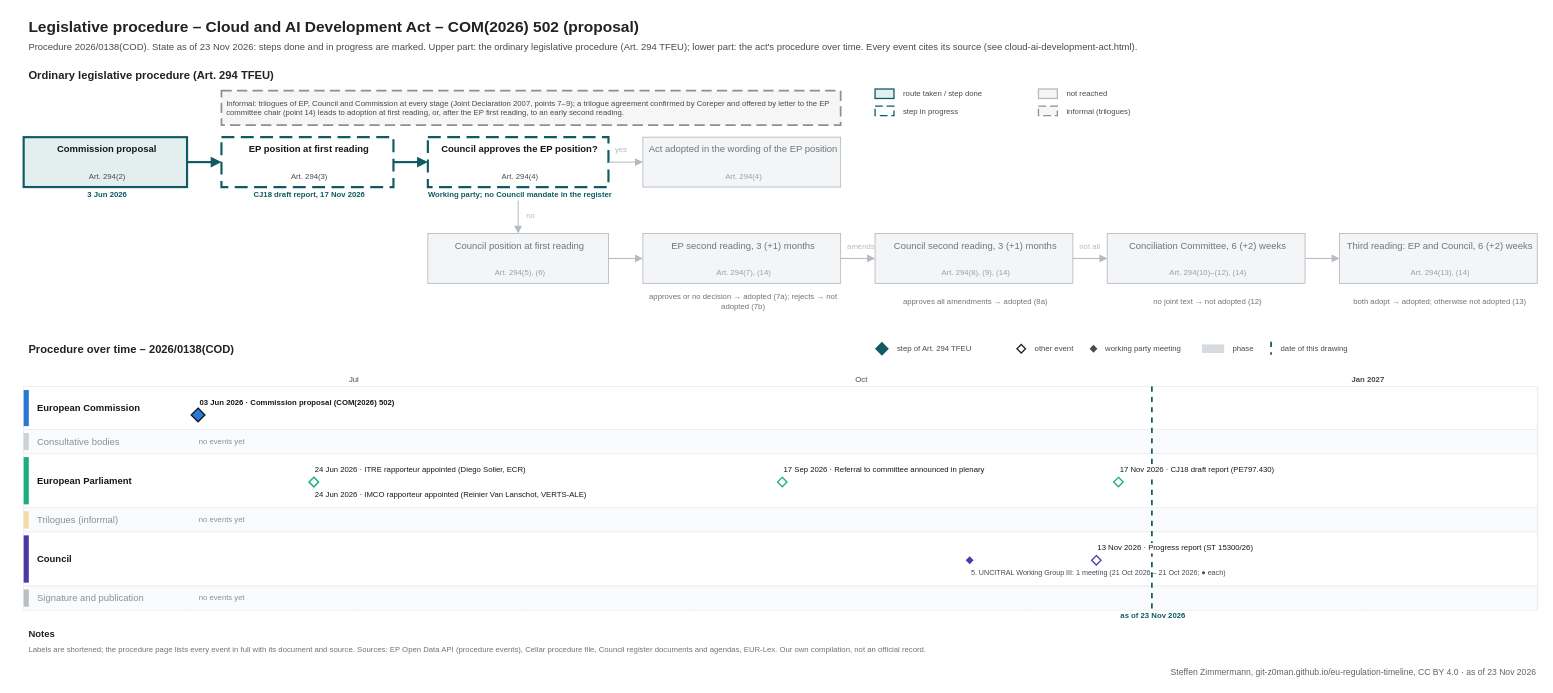
git-z0man/eu-regulation-timeline keeps this draw.io diagram as procedures/cloud-ai-development-act.drawio. Above is the earlier version. Source tidied: cells renumbered, new cells numbered last; positions are measured from the earlier drawing's top-left corner, leaving out a move shared by most shapes. Both pictures are drawn from the tidied source at 86%, with x=0, y=0 at pixel (15, 15).
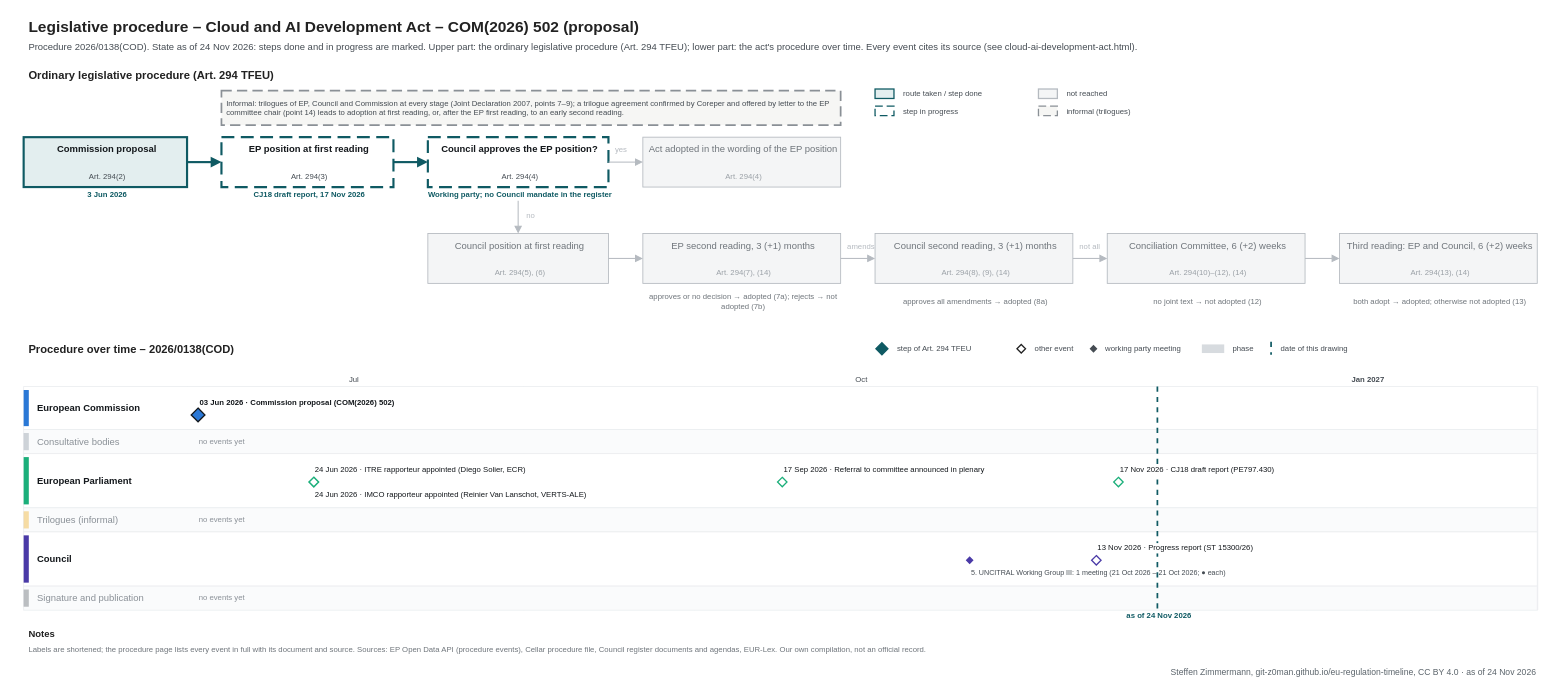
Above is the later version.

What changed in the source:
```diff
@@
-    <mxCell id="3" value="Procedure 2026/0138(COD). State as of 23 Nov 2026: steps done and in progress are marked. Upper part: the ordinary legislative procedure (Art. 294 TFEU); lower part: the act's procedure over time. Every event cites its source (see cloud-ai-development-act.html)." style="text;html=1;fontSize=11;fontColor=#454c53;align=left;verticalAlign=middle;spacingLeft=4;" parent="1" vertex="1">
+    <mxCell id="3" value="Procedure 2026/0138(COD). State as of 24 Nov 2026: steps done and in progress are marked. Upper part: the ordinary legislative procedure (Art. 294 TFEU); lower part: the act's procedure over time. Every event cites its source (see cloud-ai-development-act.html)." style="text;html=1;fontSize=11;fontColor=#454c53;align=left;verticalAlign=middle;spacingLeft=4;" parent="1" vertex="1">
       <mxGeometry x="10" y="28" width="1700" height="18" as="geometry" />
     </mxCell>
@@
     <mxCell id="105" style="line;html=1;strokeWidth=2;strokeColor=#0f5a63;direction=south;dashed=1;" parent="1" vertex="1">
-      <mxGeometry x="1321.4" y="432" width="1" height="260" as="geometry" />
+      <mxGeometry x="1327.8" y="432" width="1" height="260" as="geometry" />
     </mxCell>
-    <mxCell id="106" value="as of 23 Nov 2026" style="text;html=1;fontSize=9;fontColor=#0f5a63;align=center;verticalAlign=middle;spacingLeft=4;fontStyle=1;" parent="1" vertex="1">
-      <mxGeometry x="1261.4" y="693" width="120" height="12" as="geometry" />
+    <mxCell id="106" value="as of 24 Nov 2026" style="text;html=1;fontSize=9;fontColor=#0f5a63;align=center;verticalAlign=middle;spacingLeft=4;fontStyle=1;" parent="1" vertex="1">
+      <mxGeometry x="1267.8" y="693" width="120" height="12" as="geometry" />
     </mxCell>
@@
-    <mxCell id="123" value="Steffen Zimmermann, git-z0man.github.io/eu-regulation-timeline, CC BY 4.0 · as of 23 Nov 2026" style="text;html=1;fontSize=10;fontColor=#5b646b;align=right;verticalAlign=middle;spacingLeft=4;" parent="1" vertex="1">
+    <mxCell id="123" value="Steffen Zimmermann, git-z0man.github.io/eu-regulation-timeline, CC BY 4.0 · as of 24 Nov 2026" style="text;html=1;fontSize=10;fontColor=#5b646b;align=right;verticalAlign=middle;spacingLeft=4;" parent="1" vertex="1">
       <mxGeometry x="10" y="756" width="1760" height="16" as="geometry" />
     </mxCell>
```
